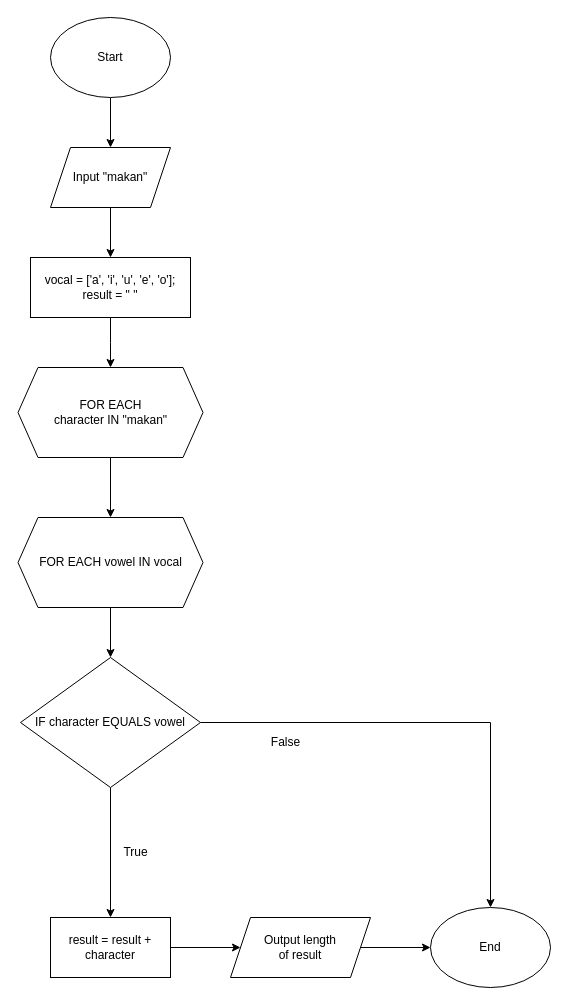
This is soal no 1 vocal Diagram.drawio from hmiftachul11/dibimbing, a draw.io file, before an edit. Source tidied: cells renumbered, new cells numbered last; positions are measured from the earlier drawing's top-left corner, leaving out a move shared by most shapes. Both pictures are drawn from the tidied source at 100%, with x=0, y=0 at pixel (18, 17).
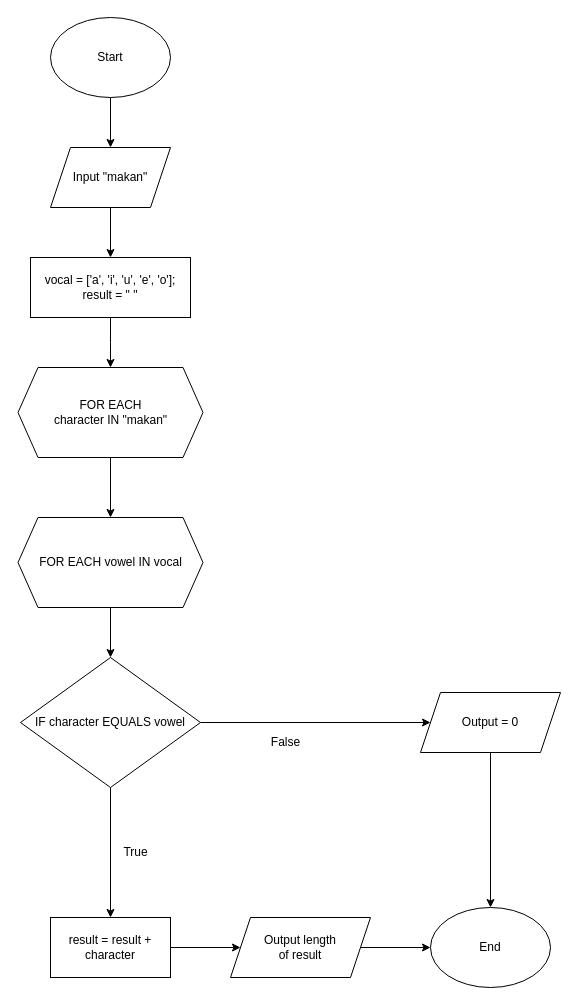
The same page after the edit.

Unchanged cells that the change refers to:
```xml
<mxCell id="11" value="IF character EQUALS vowel" style="rhombus;whiteSpace=wrap;html=1;" parent="1" vertex="1">
  <mxGeometry x="2" y="640" width="180" height="130" as="geometry" />
</mxCell>
<mxCell id="16" value="End" style="ellipse;whiteSpace=wrap;html=1;" parent="1" vertex="1">
  <mxGeometry x="412" y="890" width="120" height="80" as="geometry" />
</mxCell>
```

The edit, as a diff of the source:
```diff
@@
-    <mxCell id="10" style="edgeStyle=orthogonalEdgeStyle;rounded=0;jettySize=auto;html=1;entryX=0.5;entryY=0;entryDx=0;entryDy=0;" parent="1" edge="1" source="11" target="16">
-      <mxGeometry relative="1" as="geometry" />
-    </mxCell>
+    <mxCell id="22" style="edgeStyle=orthogonalEdgeStyle;rounded=0;jettySize=auto;html=1;entryX=0;entryY=0.5;entryDx=0;entryDy=0;" parent="1" edge="1" source="11" target="24">
+      <mxGeometry relative="1" as="geometry" />
+    </mxCell>
@@
+    <mxCell id="23" style="edgeStyle=orthogonalEdgeStyle;rounded=0;jettySize=auto;html=1;" parent="1" edge="1" source="24" target="16">
+      <mxGeometry relative="1" as="geometry" />
+    </mxCell>
+    <mxCell id="24" value="Output = 0" style="shape=parallelogram;perimeter=parallelogramPerimeter;whiteSpace=wrap;html=1;fixedSize=1;" parent="1" vertex="1">
+      <mxGeometry x="402" y="675" width="140" height="60" as="geometry" />
+    </mxCell>
```
